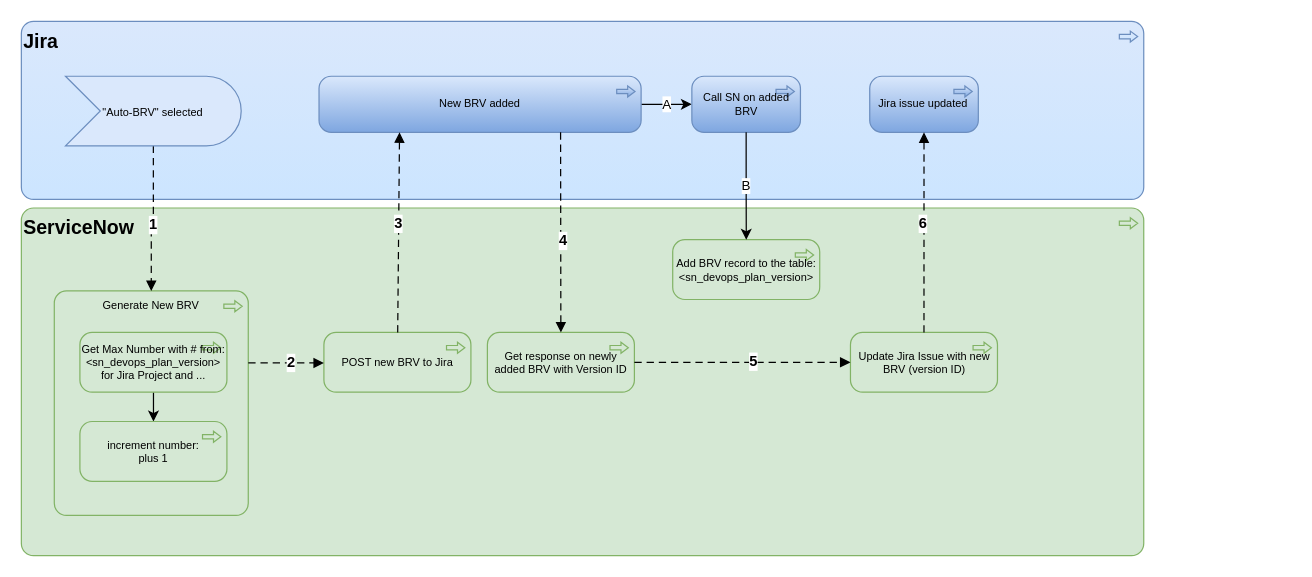
Above: page "JiraStates" (1 of 3) of AldiBRV2Jira.drawio in algimas/tmp (draw.io), before the change. Source tidied: cells renumbered, new cells numbered last; positions are measured from the earlier drawing's top-left corner, leaving out a move shared by most shapes. Both pictures are drawn from the tidied source at 122%, with x=0, y=0 at pixel (21, 21).
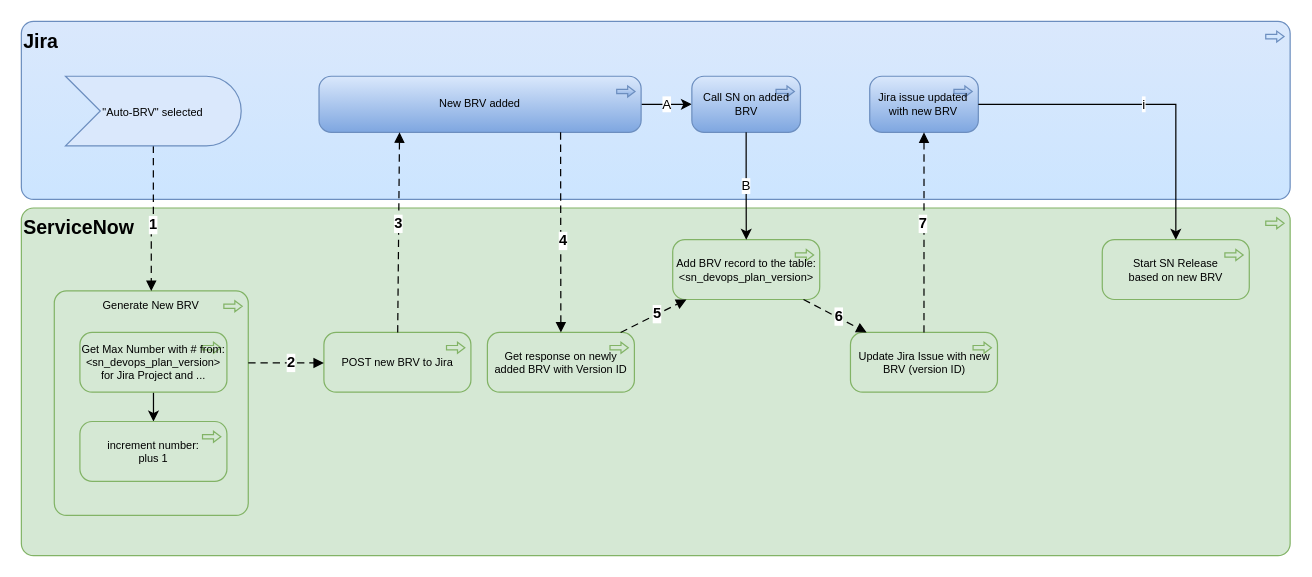
After the change.

Unchanged cells that the change refers to:
```xml
<mxCell id="9" value="Update Jira Issue with new BRV (version ID)" style="html=1;outlineConnect=0;whiteSpace=wrap;fillColor=#d5e8d4;shape=mxgraph.archimate3.application;appType=proc;archiType=rounded;fontSize=9;verticalAlign=middle;align=center;strokeColor=#82b366;" parent="1" vertex="1">
  <mxGeometry x="679.6" y="255" width="120.5" height="49" as="geometry" />
</mxCell>
<mxCell id="13" value="Add BRV record to the table:&lt;br&gt;&amp;lt;sn_devops_plan_version&amp;gt;" style="html=1;outlineConnect=0;whiteSpace=wrap;fillColor=#d5e8d4;shape=mxgraph.archimate3.application;appType=proc;archiType=rounded;fontSize=9;verticalAlign=middle;align=center;strokeColor=#82b366;" parent="1" vertex="1">
  <mxGeometry x="533.9" y="179" width="120.5" height="49" as="geometry" />
</mxCell>
<mxCell id="21" value="Get response on newly added BRV with Version ID" style="html=1;outlineConnect=0;whiteSpace=wrap;fillColor=#d5e8d4;shape=mxgraph.archimate3.application;appType=proc;archiType=rounded;fontSize=9;verticalAlign=middle;align=center;strokeColor=#82b366;" parent="1" vertex="1">
  <mxGeometry x="382" y="255" width="120.5" height="49" as="geometry" />
</mxCell>
```

Change to the diagram source:
```diff
@@
     <mxCell id="2" value="ServiceNow" style="html=1;whiteSpace=wrap;fillColor=#d5e8d4;shape=mxgraph.archimate3.application;appType=proc;archiType=rounded;fontSize=16;strokeColor=#82b366;verticalAlign=top;fontStyle=1;align=left;" parent="1" vertex="1">
-      <mxGeometry y="153" width="920" height="285" as="geometry" />
+      <mxGeometry y="153" width="1040" height="285" as="geometry" />
     </mxCell>
     <mxCell id="3" value="Jira" style="html=1;whiteSpace=wrap;fillColor=#dae8fc;shape=mxgraph.archimate3.application;appType=proc;archiType=rounded;gradientColor=#CCE5FF;fontSize=16;strokeColor=#6c8ebf;verticalAlign=top;fontStyle=1;align=left;" parent="1" vertex="1">
-      <mxGeometry width="920" height="146" as="geometry" />
+      <mxGeometry width="1040" height="146" as="geometry" />
     </mxCell>
@@
-    <mxCell id="14" value="Jira issue updated" style="html=1;outlineConnect=0;whiteSpace=wrap;fillColor=#dae8fc;shape=mxgraph.archimate3.application;appType=proc;archiType=rounded;gradientColor=#7ea6e0;fontSize=9;strokeColor=#6c8ebf;" parent="1" vertex="1">
+    <mxCell id="14" value="Jira issue updated with new BRV" style="html=1;outlineConnect=0;whiteSpace=wrap;fillColor=#dae8fc;shape=mxgraph.archimate3.application;appType=proc;archiType=rounded;gradientColor=#7ea6e0;fontSize=9;strokeColor=#6c8ebf;" parent="1" vertex="1">
       <mxGeometry x="695.4" y="45" width="89" height="46" as="geometry" />
     </mxCell>
@@
-    <mxCell id="25" style="html=1;endArrow=block;dashed=1;elbow=vertical;endFill=1;dashPattern=6 4;rounded=0;fontSize=12;" parent="1" edge="1" source="21" target="9">
+    <mxCell id="25" style="html=1;endArrow=block;dashed=1;elbow=vertical;endFill=1;dashPattern=6 4;rounded=0;fontSize=12;" parent="1" edge="1" source="21" target="13">
       <mxGeometry relative="1" as="geometry" />
     </mxCell>
@@
-    <mxCell id="27" style="html=1;endArrow=block;dashed=1;elbow=vertical;endFill=1;dashPattern=6 4;rounded=0;fontSize=12;" parent="1" edge="1" source="9" target="14">
+    <mxCell id="27" style="html=1;endArrow=block;dashed=1;elbow=vertical;endFill=1;dashPattern=6 4;rounded=0;fontSize=12;" parent="1" edge="1" source="13" target="9">
       <mxGeometry relative="1" as="geometry" />
     </mxCell>
@@
+    <mxCell id="30" value="Start SN Release&lt;br&gt;based on new BRV" style="html=1;outlineConnect=0;whiteSpace=wrap;fillColor=#d5e8d4;shape=mxgraph.archimate3.application;appType=proc;archiType=rounded;fontSize=9;verticalAlign=middle;align=center;strokeColor=#82b366;" parent="1" vertex="1">
+      <mxGeometry x="886" y="179" width="120.5" height="49" as="geometry" />
+    </mxCell>
+    <mxCell id="31" value="i" style="edgeStyle=orthogonalEdgeStyle;rounded=0;jettySize=auto;html=1;" parent="1" edge="1" source="14" target="30">
+      <mxGeometry relative="1" as="geometry" />
+    </mxCell>
+    <mxCell id="32" style="html=1;endArrow=block;dashed=1;elbow=vertical;endFill=1;dashPattern=6 4;rounded=0;fontSize=12;" parent="1" edge="1" source="9" target="14">
+      <mxGeometry relative="1" as="geometry" />
+    </mxCell>
+    <mxCell id="33" value="&lt;b&gt;7&lt;/b&gt;" style="edgeLabel;html=1;align=center;verticalAlign=middle;fontSize=12;" parent="32" vertex="1">
+      <mxGeometry x="0.09" y="1" relative="1" as="geometry" />
+    </mxCell>
```
